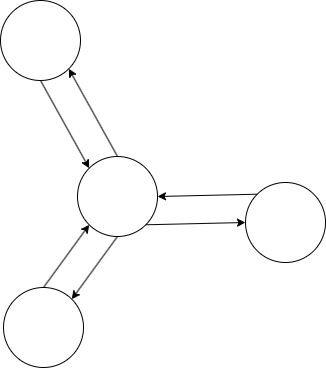
sirius-zyj/Images keeps this draw.io diagram as CS/算法/除法路径.drawio.png. Above is the earlier version. Source tidied: cells renumbered, new cells last; positions are measured from the earlier drawing's top-left corner, leaving out a move shared by most shapes. Its diagram source:
```xml
<mxGraphModel background="#ffffff">
  <root>
    <mxCell id="0" />
    <mxCell id="1" parent="0" />
    <mxCell id="2" style="ellipse;whiteSpace=wrap;html=1;" parent="1" vertex="1">
      <mxGeometry x="77" y="156" width="80" height="80" as="geometry" />
    </mxCell>
    <mxCell id="3" style="ellipse;whiteSpace=wrap;html=1;" parent="1" vertex="1">
      <mxGeometry x="3" y="287" width="80" height="80" as="geometry" />
    </mxCell>
    <mxCell id="4" style="ellipse;whiteSpace=wrap;html=1;" parent="1" vertex="1">
      <mxGeometry x="245" y="182" width="80" height="80" as="geometry" />
    </mxCell>
    <mxCell id="5" style="endArrow=classic;html=1;rounded=0;exitX=0.5;exitY=0;exitDx=0;exitDy=0;entryX=0;entryY=1;entryDx=0;entryDy=0;" parent="1" edge="1" source="3" target="2">
      <mxGeometry relative="1" as="geometry" />
    </mxCell>
    <mxCell id="6" style="endArrow=classic;html=1;rounded=0;exitX=0.5;exitY=1;exitDx=0;exitDy=0;entryX=1;entryY=0;entryDx=0;entryDy=0;" parent="1" edge="1" source="2" target="3">
      <mxGeometry relative="1" as="geometry" />
    </mxCell>
    <mxCell id="7" style="ellipse;whiteSpace=wrap;html=1;" parent="1" vertex="1">
      <mxGeometry width="80" height="80" as="geometry" />
    </mxCell>
    <mxCell id="8" style="endArrow=classic;html=1;rounded=0;exitX=0;exitY=0;exitDx=0;exitDy=0;entryX=1;entryY=0.5;entryDx=0;entryDy=0;" parent="1" edge="1" source="4" target="2">
      <mxGeometry relative="1" as="geometry" />
    </mxCell>
    <mxCell id="9" style="endArrow=classic;html=1;rounded=0;exitX=1;exitY=1;exitDx=0;exitDy=0;entryX=0;entryY=0.5;entryDx=0;entryDy=0;" parent="1" edge="1" source="2" target="4">
      <mxGeometry relative="1" as="geometry" />
    </mxCell>
    <mxCell id="10" style="endArrow=classic;html=1;rounded=0;exitX=0.5;exitY=1;exitDx=0;exitDy=0;entryX=0;entryY=0;entryDx=0;entryDy=0;" parent="1" edge="1" source="7" target="2">
      <mxGeometry relative="1" as="geometry" />
    </mxCell>
    <mxCell id="11" style="endArrow=classic;html=1;rounded=0;exitX=0.5;exitY=0;exitDx=0;exitDy=0;entryX=1;entryY=1;entryDx=0;entryDy=0;" parent="1" edge="1" source="2" target="7">
      <mxGeometry relative="1" as="geometry" />
    </mxCell>
  </root>
</mxGraphModel>
```
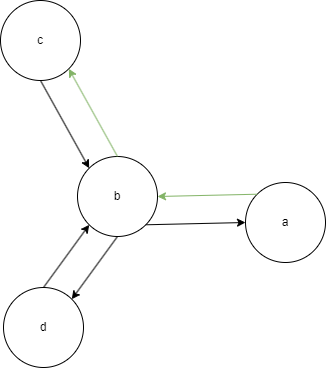
After the change.

Commit message:
更新除法路径.drawio.png

Change to the diagram source:
```diff
@@ -2,13 +2,13 @@
   <root>
     <mxCell id="0" />
     <mxCell id="1" parent="0" />
-    <mxCell id="2" style="ellipse;whiteSpace=wrap;html=1;" parent="1" vertex="1">
+    <mxCell id="2" value="b" style="ellipse;whiteSpace=wrap;html=1;" parent="1" vertex="1">
       <mxGeometry x="77" y="156" width="80" height="80" as="geometry" />
     </mxCell>
-    <mxCell id="3" style="ellipse;whiteSpace=wrap;html=1;" parent="1" vertex="1">
+    <mxCell id="3" value="d" style="ellipse;whiteSpace=wrap;html=1;" parent="1" vertex="1">
       <mxGeometry x="3" y="287" width="80" height="80" as="geometry" />
     </mxCell>
-    <mxCell id="4" style="ellipse;whiteSpace=wrap;html=1;" parent="1" vertex="1">
+    <mxCell id="4" value="a" style="ellipse;whiteSpace=wrap;html=1;" parent="1" vertex="1">
       <mxGeometry x="245" y="182" width="80" height="80" as="geometry" />
     </mxCell>
     <mxCell id="5" style="endArrow=classic;html=1;rounded=0;exitX=0.5;exitY=0;exitDx=0;exitDy=0;entryX=0;entryY=1;entryDx=0;entryDy=0;" parent="1" edge="1" source="3" target="2">
@@ -17,10 +17,10 @@
     <mxCell id="6" style="endArrow=classic;html=1;rounded=0;exitX=0.5;exitY=1;exitDx=0;exitDy=0;entryX=1;entryY=0;entryDx=0;entryDy=0;" parent="1" edge="1" source="2" target="3">
       <mxGeometry relative="1" as="geometry" />
     </mxCell>
-    <mxCell id="7" style="ellipse;whiteSpace=wrap;html=1;" parent="1" vertex="1">
+    <mxCell id="7" value="c" style="ellipse;whiteSpace=wrap;html=1;" parent="1" vertex="1">
       <mxGeometry width="80" height="80" as="geometry" />
     </mxCell>
-    <mxCell id="8" style="endArrow=classic;html=1;rounded=0;exitX=0;exitY=0;exitDx=0;exitDy=0;entryX=1;entryY=0.5;entryDx=0;entryDy=0;" parent="1" edge="1" source="4" target="2">
+    <mxCell id="8" style="endArrow=classic;html=1;rounded=0;exitX=0;exitY=0;exitDx=0;exitDy=0;entryX=1;entryY=0.5;entryDx=0;entryDy=0;fillColor=#d5e8d4;strokeColor=#82b366;jumpSize=13;" parent="1" edge="1" source="4" target="2">
       <mxGeometry relative="1" as="geometry" />
     </mxCell>
     <mxCell id="9" style="endArrow=classic;html=1;rounded=0;exitX=1;exitY=1;exitDx=0;exitDy=0;entryX=0;entryY=0.5;entryDx=0;entryDy=0;" parent="1" edge="1" source="2" target="4">
@@ -29,7 +29,7 @@
     <mxCell id="10" style="endArrow=classic;html=1;rounded=0;exitX=0.5;exitY=1;exitDx=0;exitDy=0;entryX=0;entryY=0;entryDx=0;entryDy=0;" parent="1" edge="1" source="7" target="2">
       <mxGeometry relative="1" as="geometry" />
     </mxCell>
-    <mxCell id="11" style="endArrow=classic;html=1;rounded=0;exitX=0.5;exitY=0;exitDx=0;exitDy=0;entryX=1;entryY=1;entryDx=0;entryDy=0;" parent="1" edge="1" source="2" target="7">
+    <mxCell id="11" style="endArrow=classic;html=1;rounded=0;exitX=0.5;exitY=0;exitDx=0;exitDy=0;entryX=1;entryY=1;entryDx=0;entryDy=0;fillColor=#d5e8d4;strokeColor=#82b366;jumpSize=13;" parent="1" edge="1" source="2" target="7">
       <mxGeometry relative="1" as="geometry" />
     </mxCell>
   </root>
```
